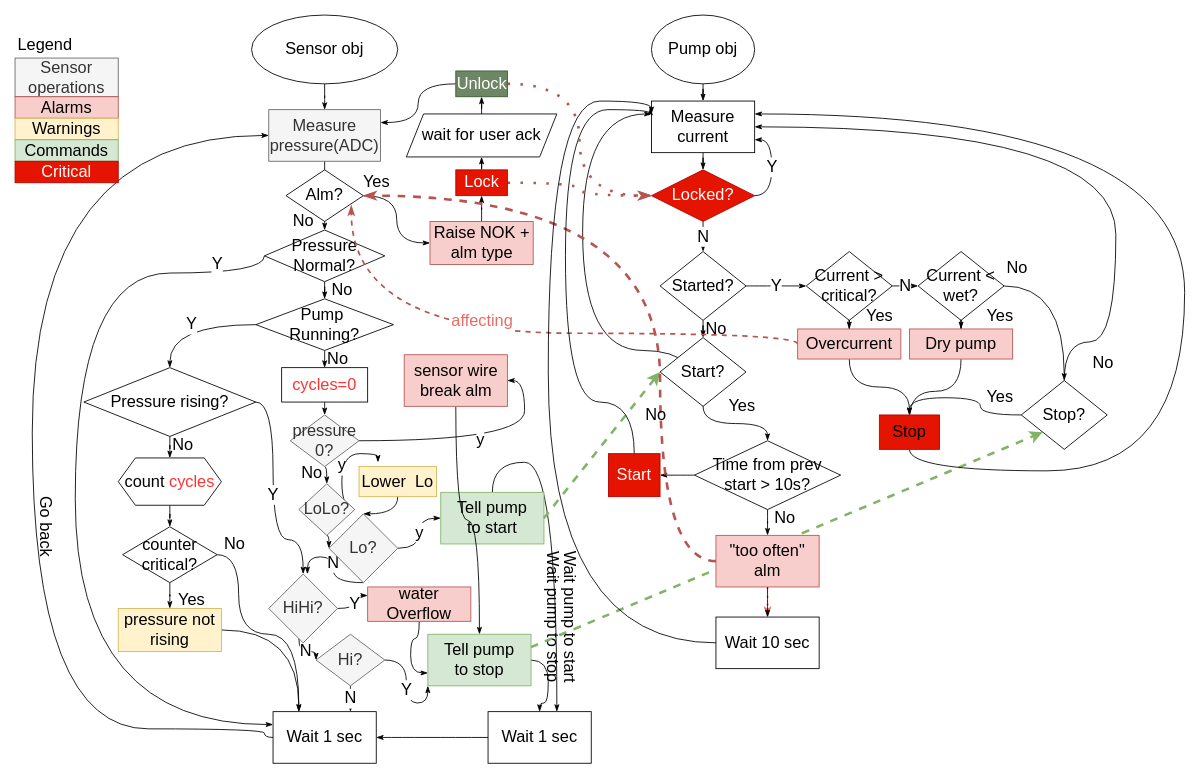
Earlier version of the draw.io diagram page "Algo" (2 of 3) of PumpDriver.drawio (megavad/Diagrams). Source tidied: cells renumbered, new cells numbered last; positions are measured from the earlier drawing's top-left corner, leaving out a move shared by most shapes. Both pictures are drawn from the tidied source at 86%, with x=0, y=0 at pixel (6, 15).
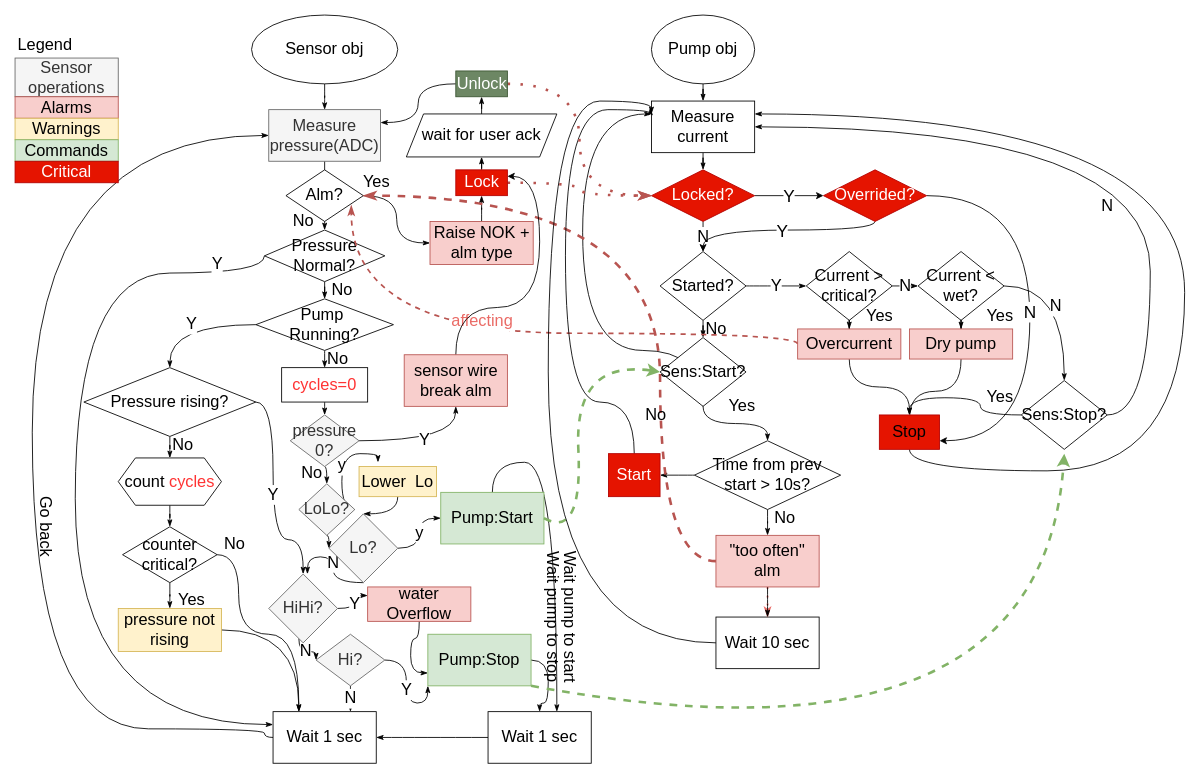
The same diagram, later.

Unchanged cells that the change refers to:
```xml
<mxCell id="35" value="Measure current" style="whiteSpace=wrap;html=1;fontSize=19;strokeWidth=1;" parent="1" vertex="1">
  <mxGeometry x="750" y="100" width="120" height="60" as="geometry" />
</mxCell>
<mxCell id="38" value="Started?" style="rhombus;whiteSpace=wrap;html=1;fontSize=19;strokeWidth=1;" parent="1" vertex="1">
  <mxGeometry x="760" y="275" width="100" height="80" as="geometry" />
</mxCell>
<mxCell id="71" value="pressure&lt;br&gt;0?" style="rhombus;whiteSpace=wrap;html=1;fontSize=19;strokeWidth=1;fillColor=#f5f5f5;fontColor=#333333;strokeColor=#666666;" parent="1" vertex="1">
  <mxGeometry x="330" y="465" width="80" height="60" as="geometry" />
</mxCell>
<mxCell id="89" value="Current &amp;lt; wet?" style="rhombus;whiteSpace=wrap;html=1;fontSize=19;strokeWidth=1;" parent="1" vertex="1">
  <mxGeometry x="1060" y="275" width="100" height="80" as="geometry" />
</mxCell>
<mxCell id="96" value="&lt;font color=&quot;#000000&quot;&gt;Stop&lt;/font&gt;" style="rounded=0;whiteSpace=wrap;html=1;fontSize=19;fontColor=#ffffff;strokeWidth=1;fillColor=#e51400;strokeColor=#B20000;" parent="1" vertex="1">
  <mxGeometry x="1015" y="465" width="70" height="40" as="geometry" />
</mxCell>
<mxCell id="116" value="Locked?" style="rhombus;whiteSpace=wrap;html=1;fontSize=19;fontColor=#ffffff;strokeWidth=1;fillColor=#e51400;strokeColor=#B20000;" parent="1" vertex="1">
  <mxGeometry x="750" y="180" width="120" height="60" as="geometry" />
</mxCell>
<mxCell id="119" value="Lock" style="rounded=0;whiteSpace=wrap;html=1;fontSize=19;strokeWidth=1;fillColor=#e51400;strokeColor=#B20000;fontColor=#ffffff;" parent="1" vertex="1">
  <mxGeometry x="522.5" y="180" width="60" height="30" as="geometry" />
</mxCell>
<mxCell id="125" value="sensor wire break alm" style="whiteSpace=wrap;html=1;fontSize=19;strokeWidth=1;fillColor=#f8cecc;strokeColor=#b85450;" parent="1" vertex="1">
  <mxGeometry x="462.5" y="395" width="120" height="60" as="geometry" />
</mxCell>
```

What changed in the source:
```diff
@@
-    <mxCell id="22" value="Tell pump&lt;br&gt;to start" style="whiteSpace=wrap;html=1;fontSize=19;strokeWidth=1;fillColor=#d5e8d4;strokeColor=#82b366;" parent="1" vertex="1">
+    <mxCell id="22" value="Pump:Start" style="whiteSpace=wrap;html=1;fontSize=19;strokeWidth=1;fillColor=#d5e8d4;strokeColor=#82b366;" parent="1" vertex="1">
       <mxGeometry x="505" y="555" width="120" height="60" as="geometry" />
     </mxCell>
@@
-    <mxCell id="29" value="Tell pump&lt;br&gt;to stop" style="whiteSpace=wrap;html=1;fontSize=19;strokeWidth=1;fillColor=#d5e8d4;strokeColor=#82b366;" parent="1" vertex="1">
+    <mxCell id="29" value="Pump:Stop" style="whiteSpace=wrap;html=1;fontSize=19;strokeWidth=1;fillColor=#d5e8d4;strokeColor=#82b366;" parent="1" vertex="1">
       <mxGeometry x="490" y="720" width="120" height="60" as="geometry" />
     </mxCell>
@@
-    <mxCell id="39" style="edgeStyle=orthogonalEdgeStyle;curved=1;jettySize=auto;html=1;fontSize=19;endArrow=classicThin;endFill=1;strokeColor=default;strokeWidth=1;" parent="1" edge="1" source="125" target="29">
-      <mxGeometry relative="1" as="geometry" />
-    </mxCell>
@@
     <mxCell id="44" style="endArrow=classic;html=1;fontSize=19;strokeColor=#82b366;strokeWidth=3;curved=1;exitX=1;exitY=0.5;exitDx=0;exitDy=0;dashed=1;entryX=0;entryY=0.5;entryDx=0;entryDy=0;fillColor=#d5e8d4;" parent="1" edge="1" source="22" target="48">
-      <mxGeometry relative="1" as="geometry" />
+      <mxGeometry relative="1" as="geometry">
+        <Array as="points">
+          <mxPoint x="670" y="610" />
+          <mxPoint x="660" y="400" />
+        </Array>
+      </mxGeometry>
     </mxCell>
-    <mxCell id="45" style="endArrow=classic;html=1;fontSize=19;strokeColor=#82b366;strokeWidth=3;curved=1;exitX=1;exitY=0.25;exitDx=0;exitDy=0;entryX=0;entryY=1;entryDx=0;entryDy=0;dashed=1;fillColor=#d5e8d4;" parent="1" edge="1" source="29" target="51">
-      <mxGeometry relative="1" as="geometry" />
+    <mxCell id="45" style="endArrow=classic;html=1;fontSize=19;strokeColor=#82b366;strokeWidth=3;curved=1;exitX=1;exitY=1;exitDx=0;exitDy=0;dashed=1;fillColor=#d5e8d4;" parent="1" edge="1" source="29">
+      <mxGeometry relative="1" as="geometry">
+        <mxPoint x="1230" y="510" as="targetPoint" />
+        <Array as="points">
+          <mxPoint x="1205" y="890" />
+        </Array>
+      </mxGeometry>
     </mxCell>
@@
-    <mxCell id="48" value="Start?" style="rhombus;whiteSpace=wrap;html=1;fontSize=19;strokeWidth=1;" parent="1" vertex="1">
+    <mxCell id="48" value="Sens:Start?" style="rhombus;whiteSpace=wrap;html=1;fontSize=19;strokeWidth=1;" parent="1" vertex="1">
       <mxGeometry x="760" y="375" width="100" height="80" as="geometry" />
     </mxCell>
@@
-    <mxCell id="50" style="edgeStyle=orthogonalEdgeStyle;curved=1;jettySize=auto;html=1;entryX=1;entryY=0.5;entryDx=0;entryDy=0;fontSize=19;fontColor=#000000;endArrow=classicThin;endFill=1;strokeColor=#000000;strokeWidth=1;" parent="1" edge="1" source="51" target="35">
-      <mxGeometry relative="1" as="geometry">
+    <mxCell id="50" value="N" style="edgeStyle=orthogonalEdgeStyle;curved=1;jettySize=auto;html=1;entryX=1;entryY=0.5;entryDx=0;entryDy=0;fontSize=19;fontColor=#000000;endArrow=classicThin;endFill=1;strokeColor=#000000;strokeWidth=1;" parent="1" edge="1" source="51" target="35">
+      <mxGeometry x="-0.31" y="50" relative="1" as="geometry">
         <Array as="points">
-          <mxPoint x="1290" y="380" />
-          <mxPoint x="1290" y="130" />
+          <mxPoint x="1330" y="465" />
+          <mxPoint x="1330" y="130" />
         </Array>
+        <mxPoint y="-1" as="offset" />
       </mxGeometry>
     </mxCell>
-    <mxCell id="51" value="Stop?" style="rhombus;whiteSpace=wrap;html=1;fontSize=19;strokeWidth=1;" parent="1" vertex="1">
+    <mxCell id="51" value="Sens:Stop?" style="rhombus;whiteSpace=wrap;html=1;fontSize=19;strokeWidth=1;" parent="1" vertex="1">
       <mxGeometry x="1180" y="425" width="100" height="80" as="geometry" />
     </mxCell>
@@
-    <mxCell id="69" value="y" style="edgeStyle=orthogonalEdgeStyle;curved=1;jettySize=auto;html=1;entryX=1;entryY=0.5;entryDx=0;entryDy=0;fontSize=19;endArrow=classicThin;endFill=1;strokeColor=default;strokeWidth=1;exitX=1;exitY=0.5;exitDx=0;exitDy=0;" parent="1" edge="1" source="71" target="125">
+    <mxCell id="69" value="Y" style="edgeStyle=orthogonalEdgeStyle;curved=1;jettySize=auto;html=1;entryX=0.5;entryY=1;entryDx=0;entryDy=0;fontSize=19;endArrow=classicThin;endFill=1;strokeColor=default;strokeWidth=1;exitX=1;exitY=0.5;exitDx=0;exitDy=0;" parent="1" edge="1" source="71" target="125">
       <mxGeometry relative="1" as="geometry" />
     </mxCell>
@@
-    <mxCell id="88" style="edgeStyle=orthogonalEdgeStyle;curved=1;jettySize=auto;html=1;fontSize=19;fontColor=#EA6B66;endArrow=classicThin;endFill=1;strokeColor=default;strokeWidth=1;" parent="1" edge="1" source="89" target="51">
-      <mxGeometry relative="1" as="geometry" />
+    <mxCell id="88" value="&lt;font color=&quot;#000000&quot;&gt;N&lt;/font&gt;" style="edgeStyle=orthogonalEdgeStyle;curved=1;jettySize=auto;html=1;fontSize=19;fontColor=#EA6B66;endArrow=classicThin;endFill=1;strokeColor=default;strokeWidth=1;" parent="1" edge="1" source="89" target="51">
+      <mxGeometry x="0.06" y="-10" relative="1" as="geometry">
+        <mxPoint y="-1" as="offset" />
+      </mxGeometry>
     </mxCell>
@@
-    <mxCell id="94" value="No" style="text;html=1;align=center;verticalAlign=middle;strokeColor=none;fillColor=none;fontSize=19;" parent="1" vertex="1">
-      <mxGeometry x="1150" y="275" width="50" height="40" as="geometry" />
-    </mxCell>
@@
-    <mxCell id="102" value="No" style="text;html=1;align=center;verticalAlign=middle;strokeColor=none;fillColor=none;fontSize=19;" parent="1" vertex="1">
-      <mxGeometry x="1250" y="385" width="50" height="40" as="geometry" />
-    </mxCell>
@@
-    <mxCell id="115" value="Y" style="edgeStyle=orthogonalEdgeStyle;curved=1;jettySize=auto;html=1;entryX=1;entryY=0.75;entryDx=0;entryDy=0;fontSize=19;fontColor=#000000;endArrow=classicThin;endFill=1;strokeColor=#000000;strokeWidth=1;" parent="1" edge="1" source="116" target="35">
-      <mxGeometry relative="1" as="geometry">
-        <Array as="points">
-          <mxPoint x="890" y="210" />
-          <mxPoint x="890" y="145" />
-        </Array>
-      </mxGeometry>
-    </mxCell>
+    <mxCell id="134" value="Y" style="edgeStyle=orthogonalEdgeStyle;rounded=0;jettySize=auto;html=1;fontSize=20;" parent="1" edge="1" source="116" target="138">
+      <mxGeometry relative="1" as="geometry" />
+    </mxCell>
@@
+    <mxCell id="135" style="edgeStyle=orthogonalEdgeStyle;curved=1;jettySize=auto;html=1;entryX=1;entryY=0.25;entryDx=0;entryDy=0;fontSize=20;" parent="1" edge="1" source="125" target="119">
+      <mxGeometry relative="1" as="geometry">
+        <Array as="points">
+          <mxPoint x="523" y="340" />
+          <mxPoint x="620" y="340" />
+          <mxPoint x="620" y="188" />
+        </Array>
+      </mxGeometry>
+    </mxCell>
@@
+    <mxCell id="136" value="Y" style="edgeStyle=orthogonalEdgeStyle;curved=1;jettySize=auto;html=1;fontSize=20;" parent="1" edge="1" source="138" target="38">
+      <mxGeometry relative="1" as="geometry">
+        <Array as="points">
+          <mxPoint x="1010" y="250" />
+          <mxPoint x="810" y="250" />
+        </Array>
+      </mxGeometry>
+    </mxCell>
+    <mxCell id="137" value="N" style="edgeStyle=orthogonalEdgeStyle;curved=1;jettySize=auto;html=1;entryX=1;entryY=0.75;entryDx=0;entryDy=0;fontSize=20;" parent="1" edge="1" source="138" target="96">
+      <mxGeometry relative="1" as="geometry">
+        <Array as="points">
+          <mxPoint x="1190" y="210" />
+          <mxPoint x="1190" y="495" />
+        </Array>
+      </mxGeometry>
+    </mxCell>
+    <mxCell id="138" value="Overrided?" style="rhombus;whiteSpace=wrap;html=1;fontSize=19;fontColor=#ffffff;strokeWidth=1;fillColor=#e51400;strokeColor=#B20000;" parent="1" vertex="1">
+      <mxGeometry x="950" y="180" width="120" height="60" as="geometry" />
+    </mxCell>
```
